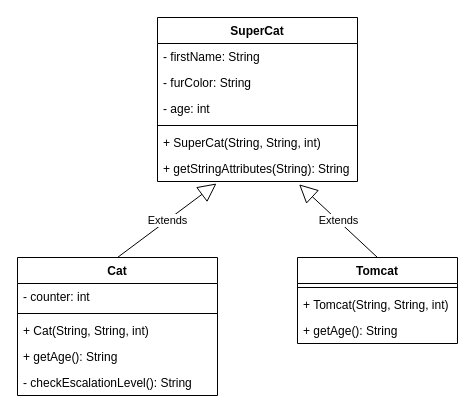
This is page "Supercat" (3 of 3) of klassendiagramm.drawio from 01-OOP-Rekxis/03_Inheritance_Vererbung, a draw.io file, before an edit. Source tidied: cells renumbered, new cells numbered last; positions are measured from the earlier drawing's top-left corner, leaving out a move shared by most shapes. Both pictures are drawn from the tidied source at 100%, with x=0, y=0 at pixel (17, 17).
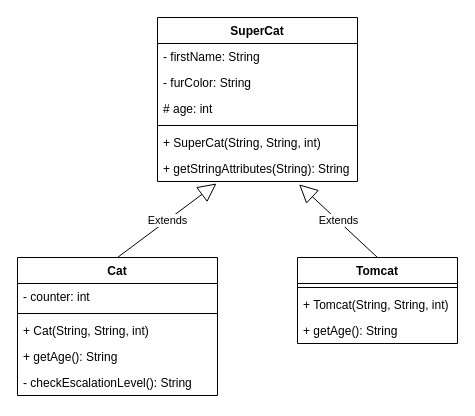
The same diagram, later.

The change refers to these unchanged cells:
```xml
<mxCell id="12" value="SuperCat" style="swimlane;fontStyle=1;align=center;verticalAlign=top;horizontal=1;startSize=26;" parent="1" vertex="1">
  <mxGeometry x="140" width="200" height="164" as="geometry" />
</mxCell>
```

Change to the diagram source:
```diff
@@
-    <mxCell id="15" value="- age: int" style="text;strokeColor=none;fillColor=none;align=left;verticalAlign=top;spacingLeft=4;spacingRight=4;overflow=hidden;" parent="12" vertex="1">
+    <mxCell id="15" value="# age: int" style="text;strokeColor=none;fillColor=none;align=left;verticalAlign=top;spacingLeft=4;spacingRight=4;overflow=hidden;" parent="12" vertex="1">
       <mxGeometry y="78" width="200" height="26" as="geometry" />
     </mxCell>
```
